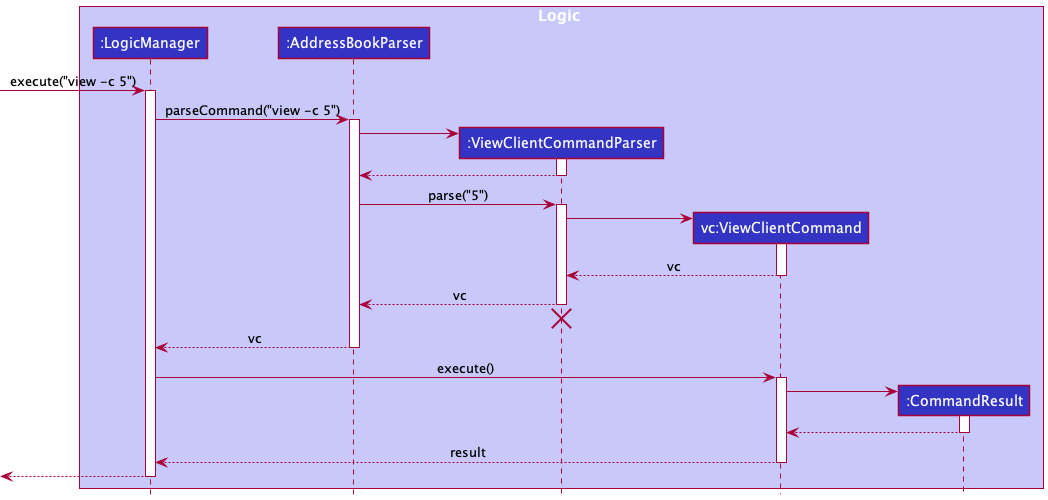
Earlier version of the PlantUML export docs/images/ViewClientCommandDiagram.png (nus-cs2103-AY2122S1/tp).
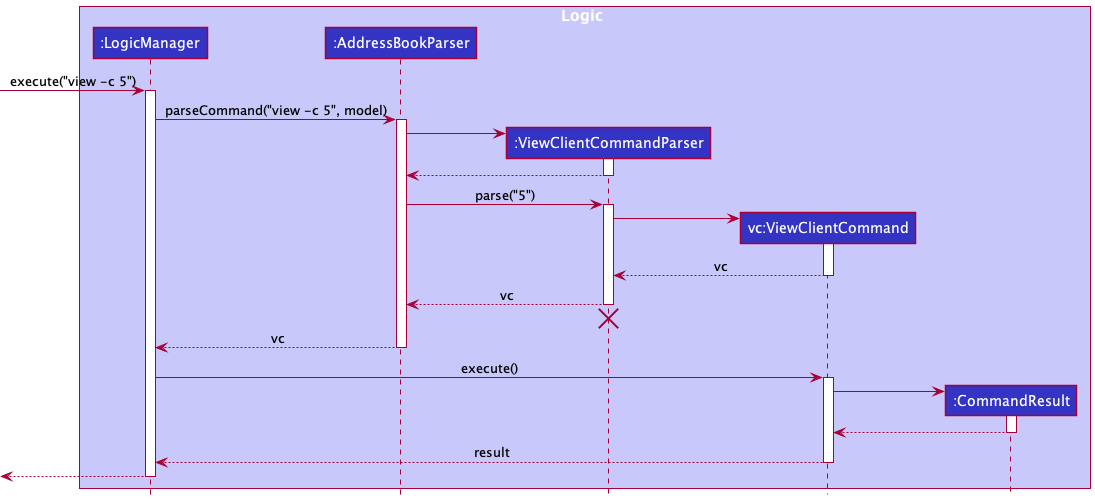
After the commit.

What changed in the source:
```diff
@@ -13,7 +13,7 @@
 [-> LogicManager : execute("view -c 5")
 activate LogicManager
 
-LogicManager -> AddressBookParser : parseCommand("view -c 5")
+LogicManager -> AddressBookParser : parseCommand("view -c 5", model)
 activate AddressBookParser
 
 create DeleteCommandParser
```
